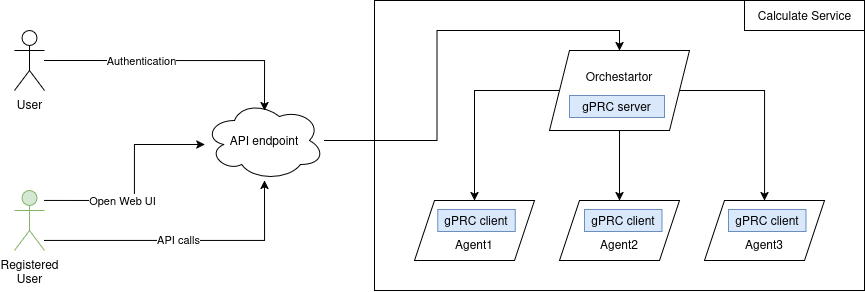
Before: docs/arch.png, a diagram exported from draw.io (Zam62/go-final-task). Source tidied: cells renumbered, new cells last; positions are measured from the earlier drawing's top-left corner, leaving out a move shared by most shapes.
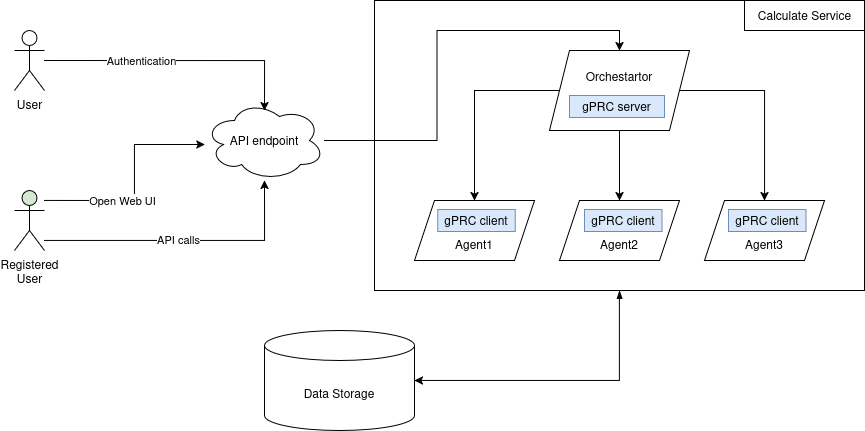
Above is the later version.

Diff of the diagram source:
```diff
@@ -21,7 +21,7 @@
     <mxCell id="6" value="API calls" style="edgeLabel;html=1;align=center;verticalAlign=middle;" parent="5" vertex="1">
       <mxGeometry x="-0.05" y="2" relative="1" as="geometry" />
     </mxCell>
-    <mxCell id="7" value="Registered&lt;br&gt;User" style="shape=umlActor;verticalLabelPosition=bottom;verticalAlign=top;html=1;outlineConnect=0;fillColor=#d5e8d4;strokeColor=#82b366;" parent="1" vertex="1">
+    <mxCell id="7" value="Registered&lt;br&gt;User" style="shape=umlActor;verticalLabelPosition=bottom;verticalAlign=top;html=1;outlineConnect=0;fillColor=#d5e8d4;strokeColor=#000000;" parent="1" vertex="1">
       <mxGeometry y="190" width="30" height="60" as="geometry" />
     </mxCell>
     <mxCell id="8" style="edgeStyle=orthogonalEdgeStyle;rounded=0;jettySize=auto;html=1;" parent="1" edge="1" target="4">
@@ -54,6 +54,13 @@
     <mxCell id="15" style="edgeStyle=orthogonalEdgeStyle;rounded=0;jettySize=auto;html=1;" parent="1" edge="1" source="16" target="11">
       <mxGeometry relative="1" as="geometry" />
     </mxCell>
+    <mxCell id="25" style="edgeStyle=orthogonalEdgeStyle;rounded=0;jettySize=auto;html=1;startArrow=blockThin;startFill=1;" parent="1" edge="1" source="2" target="26">
+      <mxGeometry relative="1" as="geometry">
+        <Array as="points">
+          <mxPoint x="605" y="380" />
+        </Array>
+      </mxGeometry>
+    </mxCell>
     <mxCell id="16" value="&lt;div&gt;Orchestartor&lt;/div&gt;&lt;div&gt;&lt;br&gt;&lt;/div&gt;&lt;div&gt;&lt;br&gt;&lt;/div&gt;" style="shape=parallelogram;perimeter=parallelogramPerimeter;whiteSpace=wrap;html=1;fixedSize=1;" parent="1" vertex="1">
       <mxGeometry x="535" y="50" width="140" height="80" as="geometry" />
     </mxCell>
@@ -87,5 +94,8 @@
     <mxCell id="24" value="Authentication " style="edgeLabel;html=1;align=center;verticalAlign=middle;" parent="23" vertex="1">
       <mxGeometry x="-0.28" y="1" relative="1" as="geometry" />
     </mxCell>
+    <mxCell id="26" value="Data Storage" style="shape=cylinder3;whiteSpace=wrap;html=1;boundedLbl=1;backgroundOutline=1;size=15;" parent="1" vertex="1">
+      <mxGeometry x="250" y="330" width="150" height="100" as="geometry" />
+    </mxCell>
   </root>
 </mxGraphModel>
```
